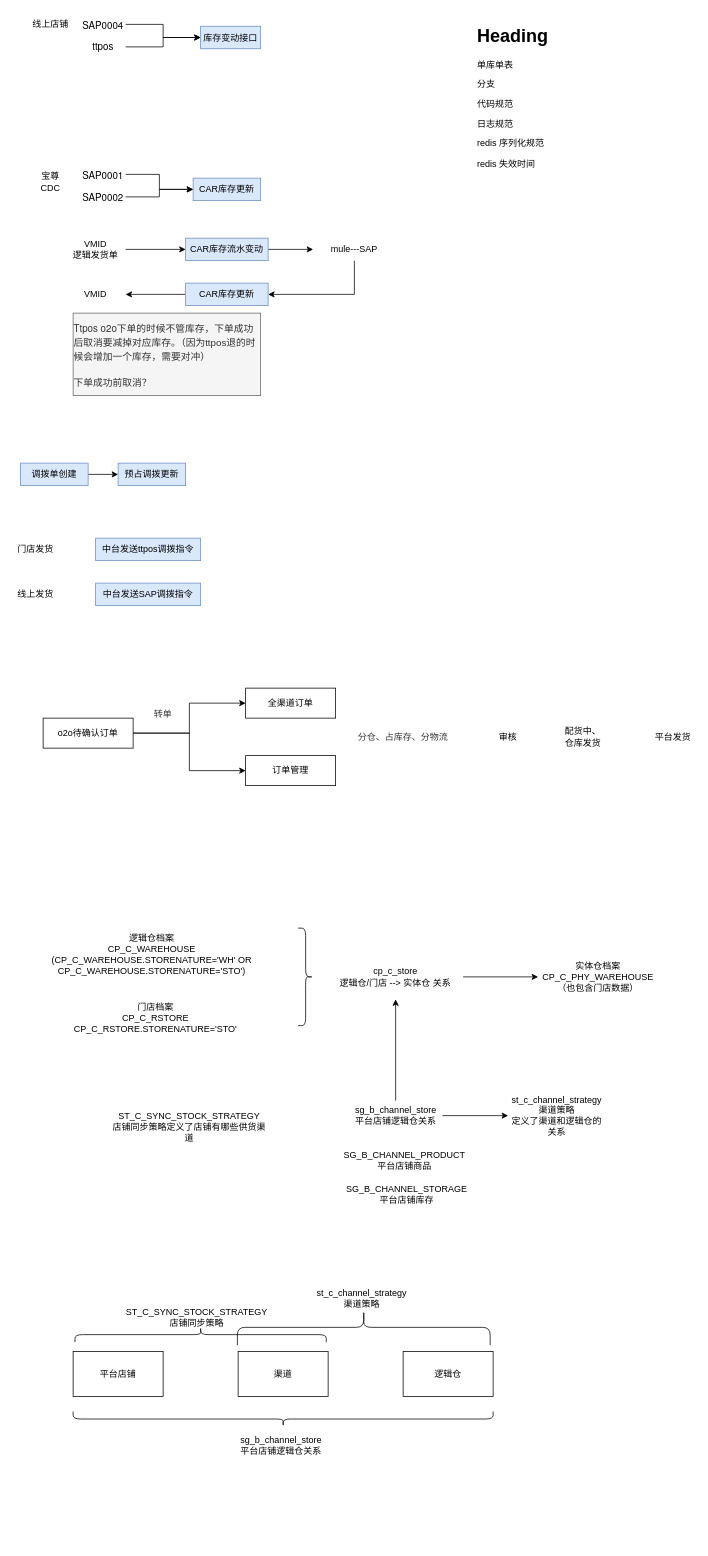
The draw.io diagram VF/VMID/inventory/库存变动同步.drawio in yeahsyoung/diagram, before the edit. Source tidied: cells renumbered, new cells numbered last; positions are measured from the earlier drawing's top-left corner, leaving out a move shared by most shapes. Both pictures are drawn from the tidied source at 75%, with x=0, y=0 at pixel (13, 13).
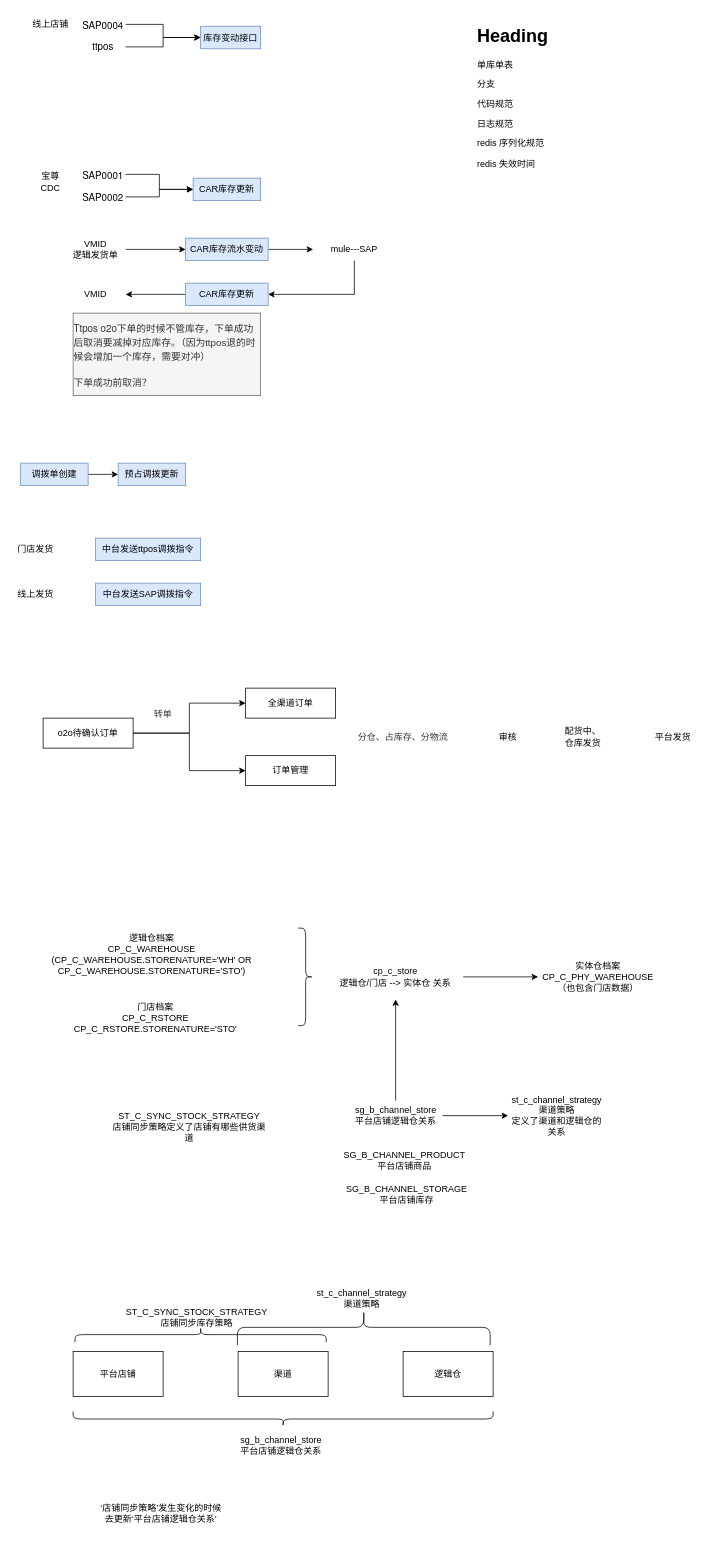
Above is the later version.

Commit message:
更新库存变动同步.drawio

Change to the diagram source:
```diff
@@
-    <mxCell id="58" value="ST_C_SYNC_STOCK_STRATEGY&lt;div&gt;店铺同步策略&lt;/div&gt;" style="text;html=1;whiteSpace=wrap;strokeColor=none;fillColor=none;align=center;verticalAlign=middle;rounded=0;" parent="1" vertex="1">
+    <mxCell id="58" value="ST_C_SYNC_STOCK_STRATEGY&lt;div&gt;店铺同步库存策略&lt;/div&gt;" style="text;html=1;whiteSpace=wrap;strokeColor=none;fillColor=none;align=center;verticalAlign=middle;rounded=0;" parent="1" vertex="1">
       <mxGeometry x="140" y="1703.5" width="210" height="70" as="geometry" />
     </mxCell>
@@
+    <mxCell id="64" value="‘店铺同步策略’发生变化的时候去更新‘平台店铺逻辑仓关系’" style="text;html=1;whiteSpace=wrap;strokeColor=none;fillColor=none;align=center;verticalAlign=middle;rounded=0;" parent="1" vertex="1">
+      <mxGeometry x="110" y="1960" width="175" height="80" as="geometry" />
+    </mxCell>
```
